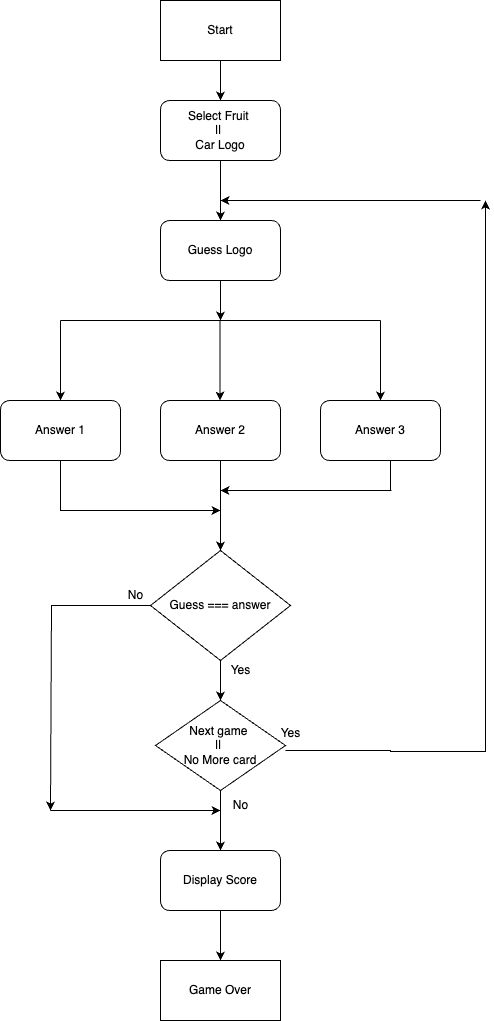
Before: photo/flowchart.png, a diagram exported from draw.io (waiwaiphyowp/Quiz-Game). Source tidied: cells renumbered, new cells last; positions are measured from the earlier drawing's top-left corner, leaving out a move shared by most shapes.
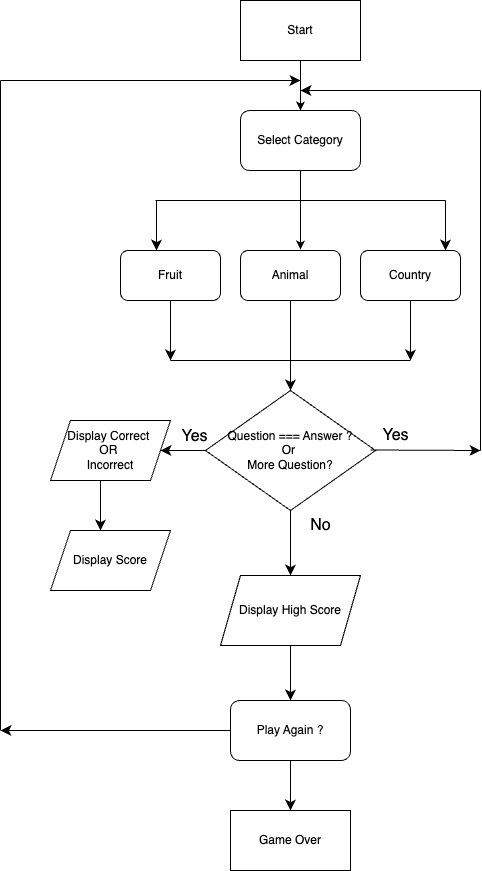
After the commit.

Change to the diagram source:
```diff
@@ -2,149 +2,147 @@
   <root>
     <mxCell id="0" />
     <mxCell id="1" parent="0" />
-    <mxCell id="2" style="edgeStyle=orthogonalEdgeStyle;rounded=0;jettySize=auto;html=1;" parent="1" edge="1" source="3" target="32">
-      <mxGeometry relative="1" as="geometry" />
-    </mxCell>
+    <mxCell id="33" style="edgeStyle=orthogonalEdgeStyle;rounded=0;jettySize=auto;html=1;entryX=0.5;entryY=0;entryDx=0;entryDy=0;" parent="1" edge="1" source="3" target="35">
+      <mxGeometry relative="1" as="geometry" />
+    </mxCell>
     <mxCell id="3" value="Start" style="rounded=0;whiteSpace=wrap;html=1;" parent="1" vertex="1">
-      <mxGeometry x="160" width="120" height="60" as="geometry" />
+      <mxGeometry x="160" y="-50" width="120" height="60" as="geometry" />
     </mxCell>
-    <mxCell id="4" style="edgeStyle=orthogonalEdgeStyle;rounded=0;jettySize=auto;html=1;" parent="1" edge="1" source="5">
-      <mxGeometry relative="1" as="geometry">
-        <mxPoint x="220" y="320" as="targetPoint" />
-      </mxGeometry>
-    </mxCell>
-    <mxCell id="5" value="Guess Logo" style="rounded=1;whiteSpace=wrap;html=1;" parent="1" vertex="1">
-      <mxGeometry x="160" y="220" width="120" height="60" as="geometry" />
-    </mxCell>
-    <mxCell id="6" style="endArrow=none;html=1;rounded=0;" parent="1" edge="1">
-      <mxGeometry relative="1" as="geometry">
-        <mxPoint x="60" y="320" as="sourcePoint" />
-        <mxPoint x="380" y="320" as="targetPoint" />
-      </mxGeometry>
-    </mxCell>
-    <mxCell id="7" style="endArrow=classic;html=1;rounded=0;" parent="1" edge="1">
-      <mxGeometry relative="1" as="geometry">
-        <mxPoint x="380" y="320" as="sourcePoint" />
-        <mxPoint x="380" y="400" as="targetPoint" />
-      </mxGeometry>
-    </mxCell>
-    <mxCell id="8" style="endArrow=classic;html=1;rounded=0;" parent="1" edge="1">
-      <mxGeometry relative="1" as="geometry">
-        <mxPoint x="219.4" y="320" as="sourcePoint" />
-        <mxPoint x="219.4" y="400" as="targetPoint" />
-      </mxGeometry>
-    </mxCell>
-    <mxCell id="9" style="endArrow=classic;html=1;rounded=0;" parent="1" edge="1">
-      <mxGeometry relative="1" as="geometry">
-        <mxPoint x="60" y="320" as="sourcePoint" />
-        <mxPoint x="60" y="400" as="targetPoint" />
-      </mxGeometry>
-    </mxCell>
-    <mxCell id="10" style="edgeStyle=orthogonalEdgeStyle;rounded=0;jettySize=auto;html=1;" parent="1" edge="1" source="11">
-      <mxGeometry relative="1" as="geometry">
-        <mxPoint x="220" y="510" as="targetPoint" />
-        <Array as="points">
-          <mxPoint x="60" y="510" />
-        </Array>
-      </mxGeometry>
-    </mxCell>
-    <mxCell id="11" value="Answer 1" style="rounded=1;whiteSpace=wrap;html=1;" parent="1" vertex="1">
-      <mxGeometry y="400" width="120" height="60" as="geometry" />
-    </mxCell>
-    <mxCell id="12" style="edgeStyle=orthogonalEdgeStyle;rounded=0;jettySize=auto;html=1;entryX=0.5;entryY=0;entryDx=0;entryDy=0;" parent="1" edge="1" source="13" target="18">
-      <mxGeometry relative="1" as="geometry" />
-    </mxCell>
-    <mxCell id="13" value="Answer 2" style="rounded=1;whiteSpace=wrap;html=1;" parent="1" vertex="1">
-      <mxGeometry x="160" y="400" width="120" height="60" as="geometry" />
-    </mxCell>
-    <mxCell id="14" style="edgeStyle=orthogonalEdgeStyle;rounded=0;orthogonalLoop=1;jettySize=auto;html=1;" parent="1" edge="1">
-      <mxGeometry relative="1" as="geometry">
-        <mxPoint x="390" y="420" as="sourcePoint" />
-        <mxPoint x="220" y="490" as="targetPoint" />
-        <Array as="points">
-          <mxPoint x="390" y="490" />
-          <mxPoint x="391" y="565" />
-        </Array>
-      </mxGeometry>
-    </mxCell>
-    <mxCell id="15" value="Answer 3" style="rounded=1;whiteSpace=wrap;html=1;" parent="1" vertex="1">
-      <mxGeometry x="320" y="400" width="120" height="60" as="geometry" />
-    </mxCell>
-    <mxCell id="16" style="edgeStyle=orthogonalEdgeStyle;rounded=0;jettySize=auto;html=1;" parent="1" edge="1" source="18">
-      <mxGeometry relative="1" as="geometry">
-        <mxPoint x="220" y="700" as="targetPoint" />
-      </mxGeometry>
-    </mxCell>
-    <mxCell id="17" style="edgeStyle=orthogonalEdgeStyle;rounded=0;jettySize=auto;html=1;" parent="1" edge="1" source="18">
-      <mxGeometry relative="1" as="geometry">
-        <mxPoint x="50" y="810" as="targetPoint" />
-        <Array as="points">
-          <mxPoint x="51" y="605" />
-          <mxPoint x="51" y="810" />
-        </Array>
-      </mxGeometry>
-    </mxCell>
-    <mxCell id="18" value="Guess === answer" style="rhombus;whiteSpace=wrap;html=1;" parent="1" vertex="1">
-      <mxGeometry x="150" y="550" width="140" height="110" as="geometry" />
-    </mxCell>
-    <mxCell id="19" style="edgeStyle=orthogonalEdgeStyle;rounded=0;orthogonalLoop=1;jettySize=auto;html=1;" parent="1" edge="1">
-      <mxGeometry relative="1" as="geometry">
-        <mxPoint x="285" y="750" as="sourcePoint" />
-        <mxPoint x="485" y="200" as="targetPoint" />
-        <Array as="points">
-          <mxPoint x="390" y="750" />
-          <mxPoint x="485" y="751" />
-        </Array>
-      </mxGeometry>
-    </mxCell>
-    <mxCell id="20" value="Yes" style="text;html=1;align=center;verticalAlign=middle;strokeColor=none;fillColor=none;" parent="1" vertex="1">
-      <mxGeometry x="220" y="655" width="40" height="30" as="geometry" />
-    </mxCell>
-    <mxCell id="21" style="endArrow=classic;html=1;rounded=0;" parent="1" edge="1">
-      <mxGeometry relative="1" as="geometry">
-        <mxPoint x="480" y="200" as="sourcePoint" />
-        <mxPoint x="220" y="200" as="targetPoint" />
-      </mxGeometry>
-    </mxCell>
-    <mxCell id="22" style="edgeStyle=orthogonalEdgeStyle;rounded=0;jettySize=auto;html=1;entryX=0.5;entryY=0;entryDx=0;entryDy=0;" parent="1" edge="1" source="23" target="27">
-      <mxGeometry relative="1" as="geometry">
-        <Array as="points">
-          <mxPoint x="220" y="840" />
-        </Array>
-      </mxGeometry>
-    </mxCell>
-    <mxCell id="23" value="Next game&amp;nbsp;&lt;div&gt;||&amp;nbsp;&lt;div&gt;No More card&lt;/div&gt;&lt;/div&gt;" style="rhombus;whiteSpace=wrap;html=1;" parent="1" vertex="1">
-      <mxGeometry x="155" y="700" width="130" height="90" as="geometry" />
-    </mxCell>
-    <mxCell id="24" value="Yes" style="text;html=1;align=center;verticalAlign=middle;strokeColor=none;fillColor=none;" parent="1" vertex="1">
-      <mxGeometry x="270" y="718" width="40" height="30" as="geometry" />
-    </mxCell>
+    <mxCell id="34" style="edgeStyle=orthogonalEdgeStyle;rounded=0;jettySize=auto;html=1;entryX=0.6;entryY=-0.02;entryDx=0;entryDy=0;entryPerimeter=0;" parent="1" edge="1" source="35" target="40">
+      <mxGeometry relative="1" as="geometry" />
+    </mxCell>
+    <mxCell id="35" value="Select Category" style="rounded=1;whiteSpace=wrap;html=1;" parent="1" vertex="1">
+      <mxGeometry x="160" y="60" width="120" height="60" as="geometry" />
+    </mxCell>
+    <mxCell id="36" style="edgeStyle=none;curved=1;rounded=0;orthogonalLoop=1;jettySize=auto;html=1;fontSize=12;startSize=8;endSize=8;" parent="1" edge="1">
+      <mxGeometry relative="1" as="geometry">
+        <mxPoint x="76" y="150" as="sourcePoint" />
+        <mxPoint x="76" y="200" as="targetPoint" />
+      </mxGeometry>
+    </mxCell>
+    <mxCell id="37" style="edgeStyle=none;curved=1;rounded=0;jettySize=auto;html=1;fontSize=12;startSize=8;endSize=8;" parent="1" edge="1" source="38">
+      <mxGeometry relative="1" as="geometry">
+        <mxPoint x="90" y="310" as="targetPoint" />
+      </mxGeometry>
+    </mxCell>
+    <mxCell id="38" value="Fruit" style="rounded=1;whiteSpace=wrap;html=1;" parent="1" vertex="1">
+      <mxGeometry x="40" y="200" width="100" height="50" as="geometry" />
+    </mxCell>
+    <mxCell id="39" style="edgeStyle=none;curved=1;rounded=0;jettySize=auto;html=1;fontSize=12;startSize=8;endSize=8;" parent="1" edge="1" source="40">
+      <mxGeometry relative="1" as="geometry">
+        <mxPoint x="210" y="340" as="targetPoint" />
+      </mxGeometry>
+    </mxCell>
+    <mxCell id="40" value="Animal" style="rounded=1;whiteSpace=wrap;html=1;" parent="1" vertex="1">
+      <mxGeometry x="160" y="200" width="100" height="50" as="geometry" />
+    </mxCell>
+    <mxCell id="41" style="edgeStyle=none;curved=1;rounded=0;jettySize=auto;html=1;fontSize=12;startSize=8;endSize=8;" parent="1" edge="1" source="42">
+      <mxGeometry relative="1" as="geometry">
+        <mxPoint x="330" y="310" as="targetPoint" />
+      </mxGeometry>
+    </mxCell>
+    <mxCell id="42" value="Country" style="rounded=1;whiteSpace=wrap;html=1;" parent="1" vertex="1">
+      <mxGeometry x="280" y="200" width="100" height="50" as="geometry" />
+    </mxCell>
+    <mxCell id="43" style="endArrow=none;html=1;rounded=0;fontSize=12;startSize=8;endSize=8;curved=1;" parent="1" edge="1">
+      <mxGeometry relative="1" as="geometry">
+        <mxPoint x="75" y="150" as="sourcePoint" />
+        <mxPoint x="365" y="150" as="targetPoint" />
+      </mxGeometry>
+    </mxCell>
+    <mxCell id="44" style="edgeStyle=none;curved=1;rounded=0;orthogonalLoop=1;jettySize=auto;html=1;fontSize=12;startSize=8;endSize=8;" parent="1" edge="1">
+      <mxGeometry relative="1" as="geometry">
+        <mxPoint x="365" y="150" as="sourcePoint" />
+        <mxPoint x="365" y="200" as="targetPoint" />
+      </mxGeometry>
+    </mxCell>
+    <mxCell id="45" style="edgeStyle=none;curved=1;rounded=0;jettySize=auto;html=1;fontSize=12;startSize=8;endSize=8;" parent="1" edge="1" source="47">
+      <mxGeometry relative="1" as="geometry">
+        <mxPoint x="80" y="400" as="targetPoint" />
+      </mxGeometry>
+    </mxCell>
+    <mxCell id="46" style="edgeStyle=none;curved=1;rounded=0;jettySize=auto;html=1;fontSize=12;startSize=8;endSize=8;" parent="1" edge="1" source="47" target="52">
+      <mxGeometry relative="1" as="geometry" />
+    </mxCell>
+    <mxCell id="47" value="Question === Answer ?&lt;div&gt;Or&amp;nbsp;&lt;/div&gt;&lt;div&gt;More Question?&lt;/div&gt;" style="rhombus;whiteSpace=wrap;html=1;" parent="1" vertex="1">
+      <mxGeometry x="125" y="340" width="170" height="120" as="geometry" />
+    </mxCell>
+    <mxCell id="48" style="endArrow=none;html=1;rounded=0;fontSize=12;startSize=8;endSize=8;curved=1;" parent="1" edge="1">
+      <mxGeometry relative="1" as="geometry">
+        <mxPoint x="90" y="310" as="sourcePoint" />
+        <mxPoint x="330" y="310" as="targetPoint" />
+      </mxGeometry>
+    </mxCell>
     <mxCell id="25" value="Game Over" style="rounded=0;whiteSpace=wrap;html=1;" parent="1" vertex="1">
-      <mxGeometry x="160" y="960" width="120" height="60" as="geometry" />
+      <mxGeometry x="150" y="760" width="120" height="60" as="geometry" />
     </mxCell>
-    <mxCell id="26" style="edgeStyle=orthogonalEdgeStyle;rounded=0;jettySize=auto;html=1;" parent="1" edge="1" source="27" target="25">
-      <mxGeometry relative="1" as="geometry" />
-    </mxCell>
+    <mxCell id="49" style="edgeStyle=none;curved=1;rounded=0;orthogonalLoop=1;jettySize=auto;html=1;fontSize=12;startSize=8;endSize=8;" parent="1" edge="1">
+      <mxGeometry relative="1" as="geometry">
+        <mxPoint x="20" y="430" as="sourcePoint" />
+        <mxPoint x="20" y="480" as="targetPoint" />
+      </mxGeometry>
+    </mxCell>
+    <mxCell id="50" style="edgeStyle=none;curved=1;rounded=0;orthogonalLoop=1;jettySize=auto;html=1;fontSize=12;startSize=8;endSize=8;" parent="1" edge="1">
+      <mxGeometry relative="1" as="geometry">
+        <mxPoint x="290" y="399.5" as="sourcePoint" />
+        <mxPoint x="400" y="400" as="targetPoint" />
+      </mxGeometry>
+    </mxCell>
+    <mxCell id="51" style="edgeStyle=none;curved=1;rounded=0;jettySize=auto;html=1;fontSize=12;startSize=8;endSize=8;" parent="1" edge="1" source="52" target="55">
+      <mxGeometry relative="1" as="geometry" />
+    </mxCell>
+    <mxCell id="52" value="Display High Score" style="shape=parallelogram;perimeter=parallelogramPerimeter;whiteSpace=wrap;html=1;fixedSize=1;" parent="1" vertex="1">
+      <mxGeometry x="140" y="525" width="140" height="70" as="geometry" />
+    </mxCell>
+    <mxCell id="53" style="edgeStyle=none;curved=1;rounded=0;jettySize=auto;html=1;fontSize=12;startSize=8;endSize=8;" parent="1" edge="1" source="55" target="25">
+      <mxGeometry relative="1" as="geometry" />
+    </mxCell>
+    <mxCell id="54" style="edgeStyle=none;curved=1;rounded=0;jettySize=auto;html=1;fontSize=12;startSize=8;endSize=8;" parent="1" edge="1" source="55">
+      <mxGeometry relative="1" as="geometry">
+        <mxPoint x="-80" y="680" as="targetPoint" />
+      </mxGeometry>
+    </mxCell>
+    <mxCell id="55" value="Play Again ?" style="rounded=1;whiteSpace=wrap;html=1;" parent="1" vertex="1">
+      <mxGeometry x="150" y="650" width="120" height="60" as="geometry" />
+    </mxCell>
+    <mxCell id="56" value="Display Correct&amp;nbsp;&lt;div&gt;OR&amp;nbsp;&lt;/div&gt;&lt;div&gt;Incorrect&lt;/div&gt;" style="shape=parallelogram;perimeter=parallelogramPerimeter;whiteSpace=wrap;html=1;fixedSize=1;" parent="1" vertex="1">
+      <mxGeometry x="-30" y="370" width="120" height="60" as="geometry" />
+    </mxCell>
-    <mxCell id="27" value="Display Score" style="rounded=1;whiteSpace=wrap;html=1;" parent="1" vertex="1">
-      <mxGeometry x="160" y="850" width="120" height="60" as="geometry" />
+    <mxCell id="27" value="Display Score" style="shape=parallelogram;perimeter=parallelogramPerimeter;whiteSpace=wrap;html=1;fixedSize=1;" parent="1" vertex="1">
+      <mxGeometry x="-30" y="480" width="120" height="60" as="geometry" />
     </mxCell>
-    <mxCell id="28" style="endArrow=classic;html=1;rounded=0;" parent="1" edge="1">
-      <mxGeometry relative="1" as="geometry">
-        <mxPoint x="50" y="810" as="sourcePoint" />
-        <mxPoint x="220" y="810" as="targetPoint" />
-      </mxGeometry>
-    </mxCell>
-    <mxCell id="29" value="No" style="text;html=1;align=center;verticalAlign=middle;strokeColor=none;fillColor=none;" parent="1" vertex="1">
-      <mxGeometry x="115" y="580" width="40" height="30" as="geometry" />
-    </mxCell>
-    <mxCell id="30" value="No" style="text;html=1;align=center;verticalAlign=middle;strokeColor=none;fillColor=none;" parent="1" vertex="1">
-      <mxGeometry x="220" y="790" width="40" height="30" as="geometry" />
-    </mxCell>
-    <mxCell id="31" style="edgeStyle=orthogonalEdgeStyle;rounded=0;jettySize=auto;html=1;entryX=0.5;entryY=0;entryDx=0;entryDy=0;" parent="1" edge="1" source="32" target="5">
-      <mxGeometry relative="1" as="geometry" />
-    </mxCell>
-    <mxCell id="32" value="Select Fruit&amp;nbsp;&lt;div&gt;||&amp;nbsp;&lt;div&gt;Car Logo&lt;/div&gt;&lt;/div&gt;" style="rounded=1;whiteSpace=wrap;html=1;" parent="1" vertex="1">
-      <mxGeometry x="160" y="100" width="120" height="60" as="geometry" />
-    </mxCell>
+    <mxCell id="57" value="No" style="text;html=1;align=center;verticalAlign=middle;strokeColor=none;fillColor=none;fontSize=16;" parent="1" vertex="1">
+      <mxGeometry x="220" y="460" width="40" height="30" as="geometry" />
+    </mxCell>
+    <mxCell id="58" style="endArrow=none;html=1;rounded=0;fontSize=12;startSize=8;endSize=8;curved=1;" parent="1" edge="1">
+      <mxGeometry relative="1" as="geometry">
+        <mxPoint x="400" y="400" as="sourcePoint" />
+        <mxPoint x="400" y="40" as="targetPoint" />
+      </mxGeometry>
+    </mxCell>
+    <mxCell id="59" style="endArrow=classic;html=1;rounded=0;fontSize=12;startSize=8;endSize=8;curved=1;" parent="1" edge="1">
+      <mxGeometry relative="1" as="geometry">
+        <mxPoint x="400" y="40" as="sourcePoint" />
+        <mxPoint x="220" y="40" as="targetPoint" />
+      </mxGeometry>
+    </mxCell>
+    <mxCell id="60" value="Yes" style="text;html=1;align=center;verticalAlign=middle;strokeColor=none;fillColor=none;fontSize=16;" parent="1" vertex="1">
+      <mxGeometry x="290" y="370" width="50" height="30" as="geometry" />
+    </mxCell>
+    <mxCell id="61" value="Yes" style="text;html=1;align=center;verticalAlign=middle;strokeColor=none;fillColor=none;fontSize=16;" parent="1" vertex="1">
+      <mxGeometry x="89" y="371" width="50" height="30" as="geometry" />
+    </mxCell>
+    <mxCell id="62" style="endArrow=none;html=1;rounded=0;fontSize=12;startSize=8;endSize=8;curved=1;" parent="1" edge="1">
+      <mxGeometry relative="1" as="geometry">
+        <mxPoint x="-80" y="680" as="sourcePoint" />
+        <mxPoint x="-80" y="30" as="targetPoint" />
+      </mxGeometry>
+    </mxCell>
+    <mxCell id="63" style="endArrow=classic;html=1;rounded=0;fontSize=12;startSize=8;endSize=8;curved=1;" parent="1" edge="1">
+      <mxGeometry relative="1" as="geometry">
+        <mxPoint x="-80" y="30" as="sourcePoint" />
+        <mxPoint x="220" y="30" as="targetPoint" />
+      </mxGeometry>
+    </mxCell>
   </root>
 </mxGraphModel>
```
